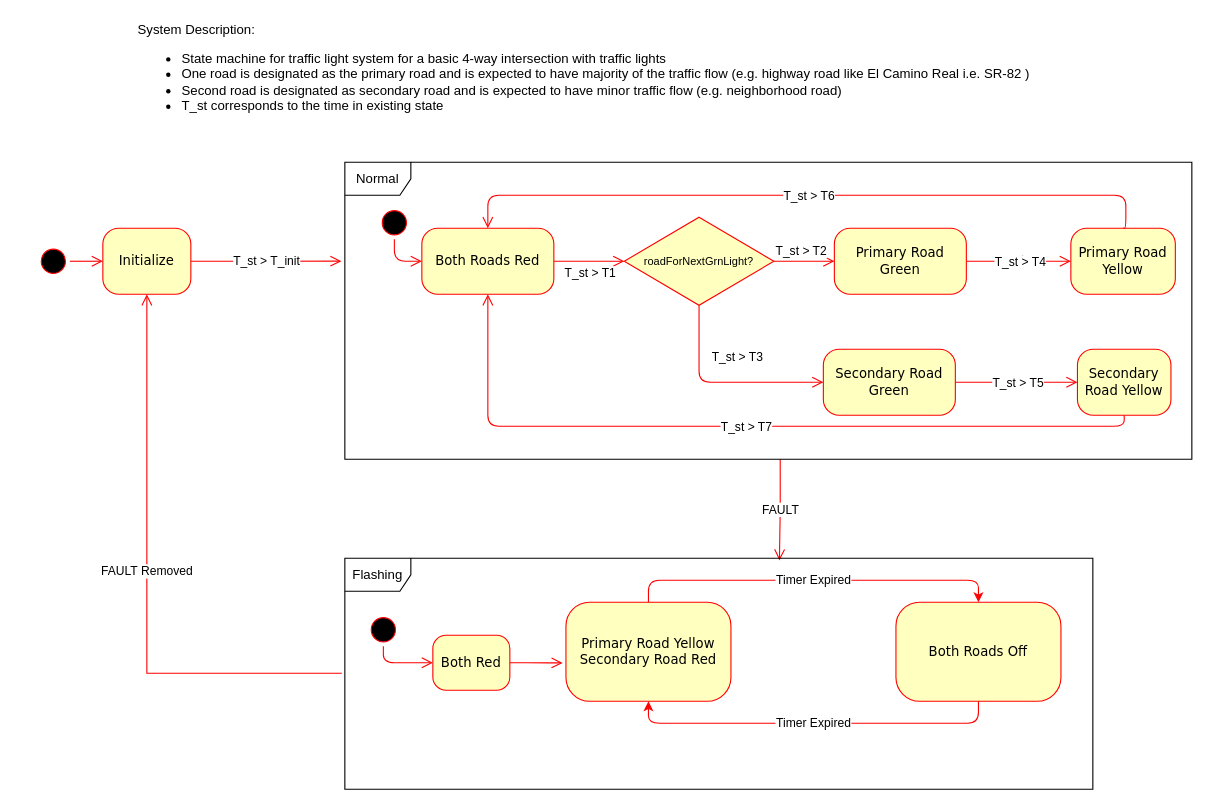
The draw.io diagram page "Development" (1 of 2) of TrafficLight/systemDesign/TrafficLightSystem.drawio in munadirahmed/embedded, before the edit. Source tidied: cells renumbered, new cells numbered last; positions are measured from the earlier drawing's top-left corner, leaving out a move shared by most shapes. Both pictures are drawn from the tidied source at 110%, with x=0, y=0 at pixel (36, 19).
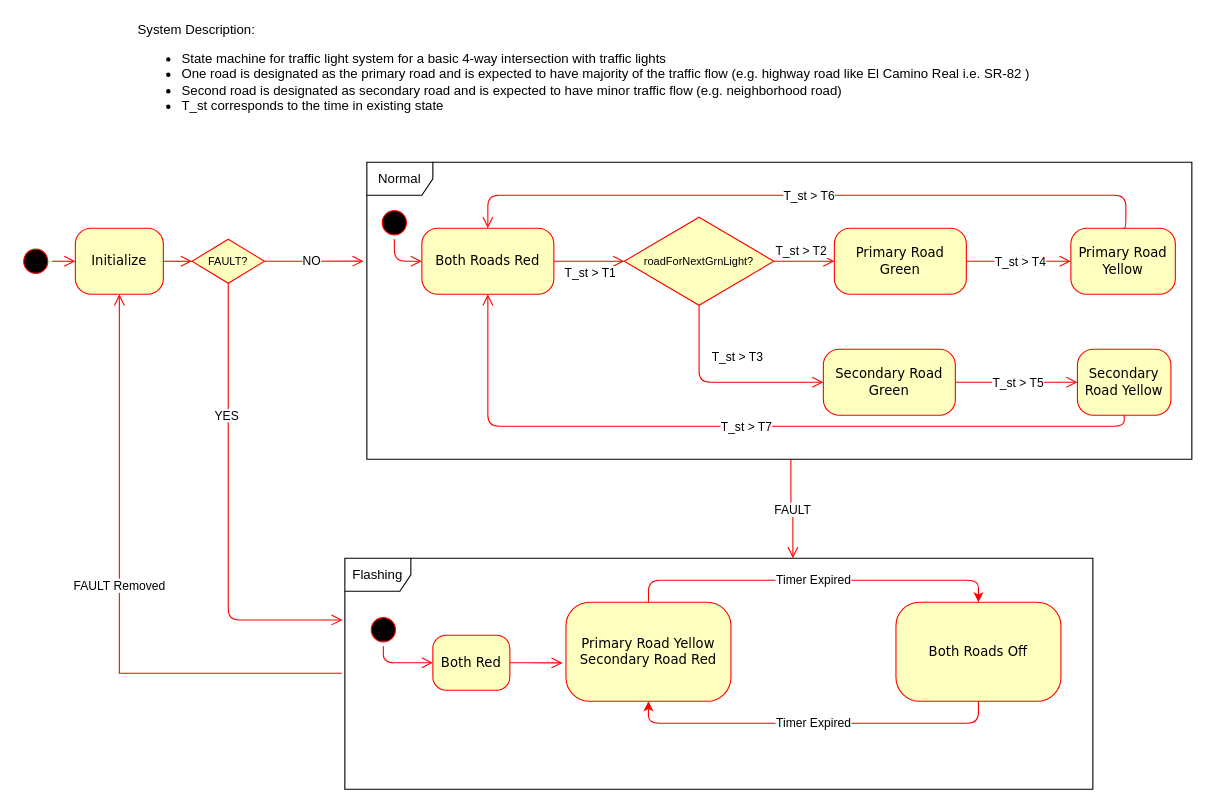
The same diagram, later.

Unchanged cells that the change refers to:
```xml
<mxCell id="6" value="Flashing" style="shape=umlFrame;whiteSpace=wrap;html=1;" parent="1" vertex="1">
  <mxGeometry x="280" y="490" width="680" height="210" as="geometry" />
</mxCell>
```

What changed in the source:
```diff
@@
-    <mxCell id="3" style="edgeStyle=orthogonalEdgeStyle;html=1;verticalAlign=bottom;endArrow=open;endSize=8;strokeColor=#ff0000;rounded=0;entryX=0.581;entryY=0.01;entryDx=0;entryDy=0;entryPerimeter=0;exitX=0.514;exitY=1;exitDx=0;exitDy=0;exitPerimeter=0;" parent="1" edge="1" source="35" target="6">
+    <mxCell id="3" style="edgeStyle=orthogonalEdgeStyle;html=1;verticalAlign=bottom;endArrow=open;endSize=8;strokeColor=#ff0000;rounded=0;entryX=0.599;entryY=0;entryDx=0;entryDy=0;entryPerimeter=0;exitX=0.514;exitY=1;exitDx=0;exitDy=0;exitPerimeter=0;" parent="1" edge="1" source="35" target="6">
       <mxGeometry relative="1" as="geometry" />
     </mxCell>
@@
     <mxCell id="15" style="ellipse;html=1;shape=startState;fillColor=#000000;strokeColor=#ff0000;rounded=1;shadow=0;comic=0;labelBackgroundColor=none;fontFamily=Verdana;fontSize=12;fontColor=#000000;align=center;direction=south;" parent="1" vertex="1">
-      <mxGeometry y="205" width="30" height="30" as="geometry" />
+      <mxGeometry x="-16" y="205" width="30" height="30" as="geometry" />
     </mxCell>
     <mxCell id="16" value="Initialize" style="rounded=1;whiteSpace=wrap;html=1;arcSize=24;fillColor=#ffffc0;strokeColor=#ff0000;shadow=0;comic=0;labelBackgroundColor=none;fontFamily=Verdana;fontSize=12;fontColor=#000000;align=center;" parent="1" vertex="1">
-      <mxGeometry x="60" y="190" width="80" height="60" as="geometry" />
+      <mxGeometry x="35" y="190" width="80" height="60" as="geometry" />
     </mxCell>
-    <mxCell id="17" value="&lt;span style=&quot;font-family: Helvetica; font-size: 11px; text-align: center; background-color: rgb(255, 255, 255);&quot;&gt;T_st &amp;gt; T_init&lt;/span&gt;" style="edgeStyle=orthogonalEdgeStyle;html=1;exitX=1;exitY=0.5;labelBackgroundColor=none;endArrow=open;endSize=8;strokeColor=#ff0000;fontFamily=Verdana;fontSize=12;align=left;exitDx=0;exitDy=0;entryX=-0.004;entryY=0.333;entryDx=0;entryDy=0;entryPerimeter=0;" parent="1" edge="1" source="16" target="35">
-      <mxGeometry x="-0.44" relative="1" as="geometry">
-        <mxPoint x="-1" as="offset" />
+    <mxCell id="17" value="&lt;span style=&quot;font-family: Helvetica; font-size: 11px; text-align: center; background-color: rgb(255, 255, 255);&quot;&gt;NO&lt;/span&gt;" style="edgeStyle=orthogonalEdgeStyle;html=1;exitX=1;exitY=0.5;labelBackgroundColor=none;endArrow=open;endSize=8;strokeColor=#ff0000;fontFamily=Verdana;fontSize=12;align=left;exitDx=0;exitDy=0;entryX=-0.004;entryY=0.333;entryDx=0;entryDy=0;entryPerimeter=0;" parent="1" edge="1" source="41" target="35">
+      <mxGeometry x="-0.27" relative="1" as="geometry">
+        <Array as="points">
+          <mxPoint x="240" y="220" />
+          <mxPoint x="240" y="220" />
+        </Array>
       </mxGeometry>
     </mxCell>
@@
     <mxCell id="35" value="Normal" style="shape=umlFrame;whiteSpace=wrap;html=1;" parent="1" vertex="1">
-      <mxGeometry x="280" y="130" width="770" height="270" as="geometry" />
+      <mxGeometry x="300" y="130" width="750" height="270" as="geometry" />
     </mxCell>
@@
+    <mxCell id="40" style="edgeStyle=orthogonalEdgeStyle;html=1;exitX=1;exitY=0.5;labelBackgroundColor=none;endArrow=open;endSize=8;strokeColor=#ff0000;fontFamily=Verdana;fontSize=12;align=left;exitDx=0;exitDy=0;entryX=0;entryY=0.5;entryDx=0;entryDy=0;" parent="1" edge="1" source="16" target="41">
+      <mxGeometry x="-0.44" relative="1" as="geometry">
+        <mxPoint x="-1" as="offset" />
+      </mxGeometry>
+    </mxCell>
+    <mxCell id="41" value="&lt;font style=&quot;font-size: 10px;&quot;&gt;FAULT?&lt;/font&gt;" style="rhombus;whiteSpace=wrap;html=1;fontColor=#000000;fillColor=#ffffc0;strokeColor=#ff0000;" parent="1" vertex="1">
+      <mxGeometry x="141" y="200" width="66" height="40" as="geometry" />
+    </mxCell>
+    <mxCell id="42" value="&lt;span style=&quot;font-family: Helvetica; font-size: 11px; text-align: center; background-color: rgb(255, 255, 255);&quot;&gt;YES&lt;/span&gt;" style="edgeStyle=orthogonalEdgeStyle;html=1;exitX=0.5;exitY=1;labelBackgroundColor=none;endArrow=open;endSize=8;strokeColor=#ff0000;fontFamily=Verdana;fontSize=12;align=left;exitDx=0;exitDy=0;entryX=-0.003;entryY=0.267;entryDx=0;entryDy=0;entryPerimeter=0;" parent="1" edge="1" source="41" target="6">
+      <mxGeometry x="-0.41" y="-14" relative="1" as="geometry">
+        <Array as="points">
+          <mxPoint x="174" y="546" />
+        </Array>
+      </mxGeometry>
+    </mxCell>
```
